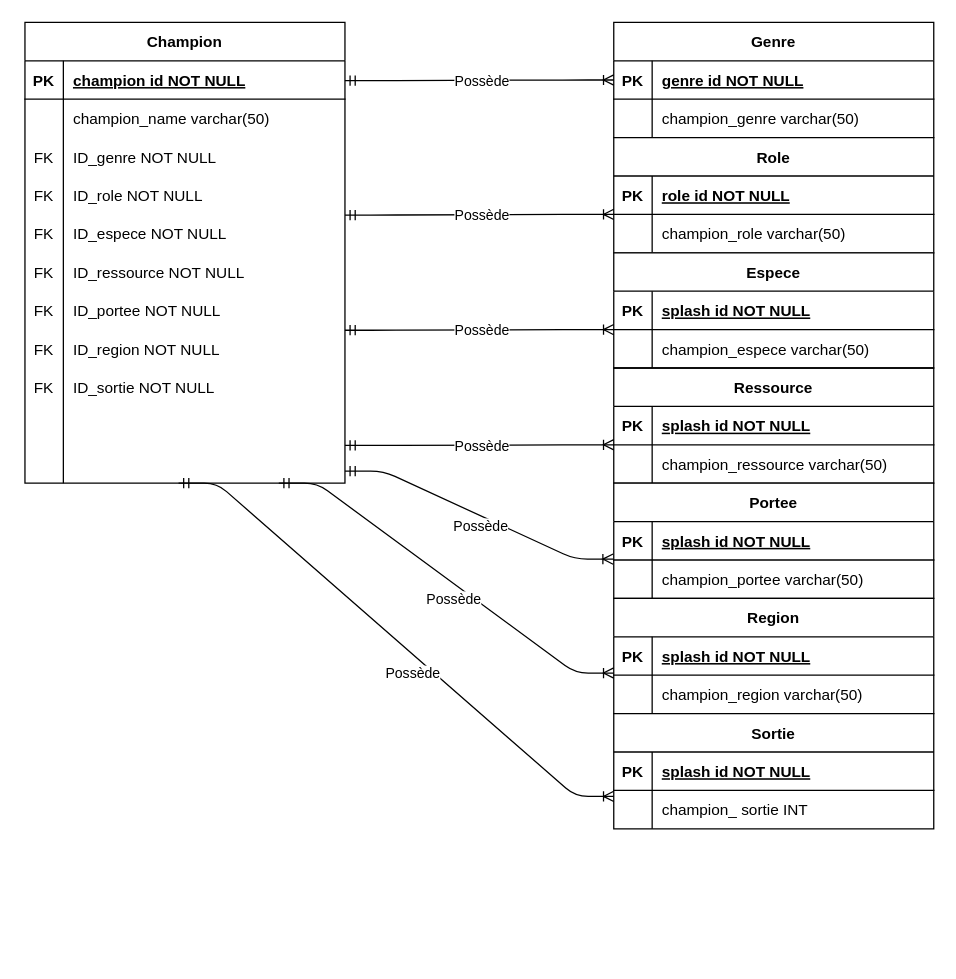
This is Diagramme sans nom.drawio from CamilleSimon/BTS2-CIEL-IR-MCD-2024-2025, a draw.io file, before an edit. Source tidied: cells renumbered, new cells numbered last; positions are measured from the earlier drawing's top-left corner, leaving out a move shared by most shapes. Both pictures are drawn from the tidied source at 128%, with x=0, y=0 at pixel (24, 22).
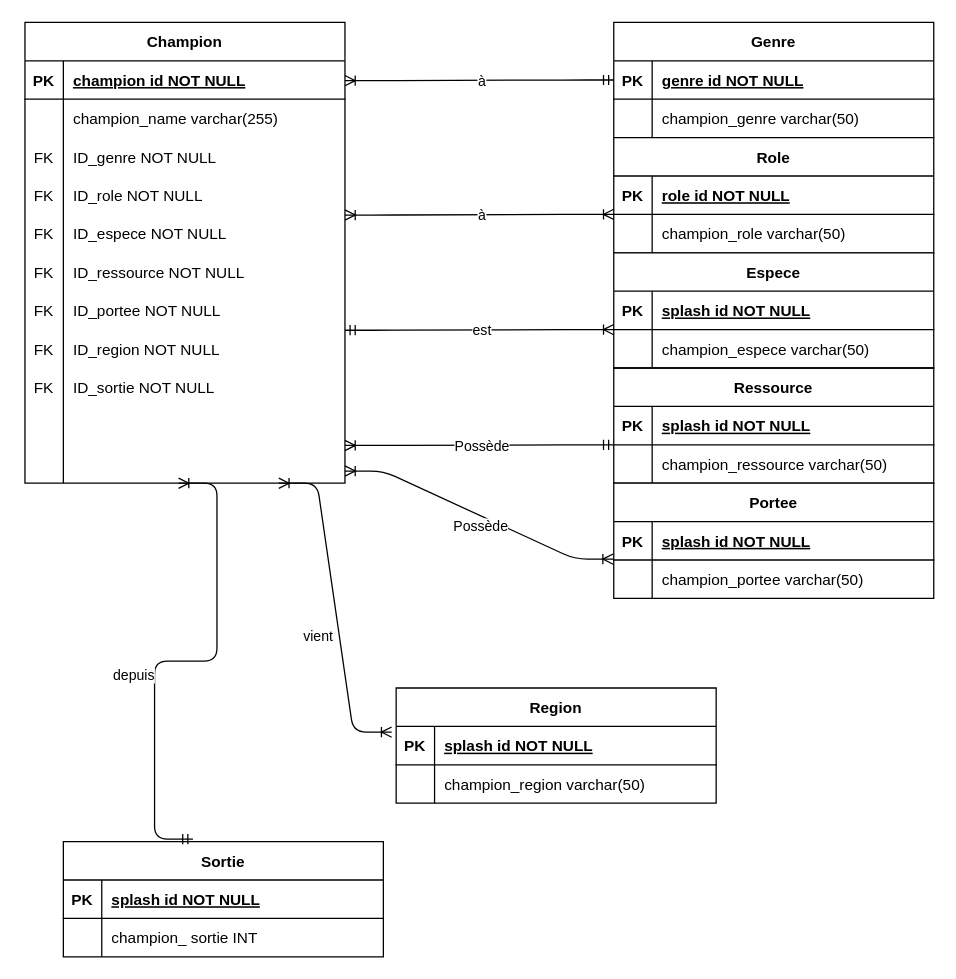
The same diagram, later.

Commit message:
Mettre à jour Diagramme sans nom.drawio

Unchanged cells that the change refers to:
```xml
<mxCell id="6" style="shape=partialRectangle;fillColor=none;top=0;left=0;right=0;bottom=0;" parent="2" vertex="1">
  <mxGeometry y="60" width="250" height="30" as="geometry" />
</mxCell>
<mxCell id="37" style="shape=partialRectangle;fillColor=none;points=[[0,0.5],[1,0.5]];portConstraint=eastwest;top=0;left=0;right=0;bottom=1;" parent="36" vertex="1">
  <mxGeometry y="30" width="250" height="30" as="geometry" />
</mxCell>
<mxCell id="68" style="shape=partialRectangle;fillColor=none;points=[[0,0.5],[1,0.5]];portConstraint=eastwest;top=0;left=0;right=0;bottom=0;" parent="64" vertex="1">
  <mxGeometry y="60" width="250" height="30" as="geometry" />
</mxCell>
<mxCell id="72" style="shape=partialRectangle;fillColor=none;points=[[0,0.5],[1,0.5]];portConstraint=eastwest;top=0;left=0;right=0;bottom=1;" parent="71" vertex="1">
  <mxGeometry y="30" width="250" height="30" as="geometry" />
</mxCell>
<mxCell id="89" style="edgeStyle=entityRelationEdgeStyle;endArrow=ERoneToMany;startArrow=ERmandOne;endFill=0;startFill=0;entryX=0;entryY=0.5;entryDx=0;entryDy=0;" parent="1" edge="1">
  <mxGeometry relative="1" as="geometry">
    <mxPoint x="250" y="240.5" as="sourcePoint" />
    <mxPoint x="460" y="240" as="targetPoint" />
    <Array as="points">
      <mxPoint x="340" y="255" />
    </Array>
  </mxGeometry>
</mxCell>
```

What changed in the source:
```diff
@@
-    <mxCell id="8" value="champion_name varchar(50)" style="shape=partialRectangle;overflow=hidden;fillColor=none;top=0;left=0;bottom=0;right=0;align=left;spacingLeft=6;" parent="6" vertex="1">
+    <mxCell id="8" value="champion_name varchar(255)" style="shape=partialRectangle;overflow=hidden;fillColor=none;top=0;left=0;bottom=0;right=0;align=left;spacingLeft=6;" parent="6" vertex="1">
       <mxGeometry x="30" width="220" height="30" as="geometry" />
     </mxCell>
@@
     <mxCell id="71" value="Region" style="shape=table;startSize=30;childLayout=tableLayout;rowLines=0;fontStyle=1;align=center;" parent="1" vertex="1">
-      <mxGeometry x="460" y="450" width="250" height="90" as="geometry" />
+      <mxGeometry x="290" y="520" width="250" height="90" as="geometry" />
     </mxCell>
@@
     <mxCell id="78" value="Sortie" style="shape=table;startSize=30;childLayout=tableLayout;rowLines=0;fontStyle=1;align=center;" parent="1" vertex="1">
-      <mxGeometry x="460" y="540" width="250" height="90" as="geometry" />
+      <mxGeometry x="30" y="640" width="250" height="90" as="geometry" />
     </mxCell>
@@
-    <mxCell id="85" style="edgeStyle=entityRelationEdgeStyle;endArrow=ERoneToMany;startArrow=ERmandOne;endFill=0;startFill=0;entryX=0;entryY=0.5;entryDx=0;entryDy=0;" parent="1" edge="1" target="37">
+    <mxCell id="85" style="edgeStyle=entityRelationEdgeStyle;endArrow=ERmandOne;startArrow=ERoneToMany;endFill=0;startFill=0;entryX=0;entryY=0.5;entryDx=0;entryDy=0;" parent="1" edge="1" target="37">
       <mxGeometry relative="1" as="geometry">
         <mxPoint x="250" y="45.5" as="sourcePoint" />
         <Array as="points">
           <mxPoint x="340" y="60" />
         </Array>
       </mxGeometry>
     </mxCell>
-    <mxCell id="86" value="Possède" style="edgeLabel;html=1;align=center;verticalAlign=middle;" parent="85" vertex="1">
+    <mxCell id="86" value="à" style="edgeLabel;html=1;align=center;verticalAlign=middle;" parent="85" vertex="1">
       <mxGeometry x="0.18" relative="1" as="geometry">
         <mxPoint x="-17" as="offset" />
       </mxGeometry>
     </mxCell>
-    <mxCell id="87" style="edgeStyle=entityRelationEdgeStyle;endArrow=ERoneToMany;startArrow=ERmandOne;endFill=0;startFill=0;entryX=0;entryY=0.5;entryDx=0;entryDy=0;" parent="1" edge="1">
+    <mxCell id="87" style="edgeStyle=entityRelationEdgeStyle;endArrow=ERoneToMany;startArrow=ERoneToMany;endFill=0;startFill=0;entryX=0;entryY=0.5;entryDx=0;entryDy=0;" parent="1" edge="1">
       <mxGeometry relative="1" as="geometry">
         <mxPoint x="250" y="150.5" as="sourcePoint" />
         <mxPoint x="460" y="150" as="targetPoint" />
         <Array as="points">
           <mxPoint x="340" y="165" />
         </Array>
       </mxGeometry>
     </mxCell>
-    <mxCell id="88" value="Possède" style="edgeLabel;html=1;align=center;verticalAlign=middle;" parent="87" vertex="1">
+    <mxCell id="88" value="à" style="edgeLabel;html=1;align=center;verticalAlign=middle;" parent="87" vertex="1">
       <mxGeometry x="0.18" relative="1" as="geometry">
         <mxPoint x="-17" as="offset" />
       </mxGeometry>
     </mxCell>
@@
-    <mxCell id="90" value="Possède" style="edgeLabel;html=1;align=center;verticalAlign=middle;" parent="89" vertex="1">
+    <mxCell id="90" value="est" style="edgeLabel;html=1;align=center;verticalAlign=middle;" parent="89" vertex="1">
       <mxGeometry x="0.18" relative="1" as="geometry">
         <mxPoint x="-17" as="offset" />
       </mxGeometry>
     </mxCell>
-    <mxCell id="91" style="edgeStyle=entityRelationEdgeStyle;endArrow=ERoneToMany;startArrow=ERmandOne;endFill=0;startFill=0;entryX=0;entryY=0.5;entryDx=0;entryDy=0;" parent="1" edge="1">
+    <mxCell id="91" style="edgeStyle=entityRelationEdgeStyle;endArrow=ERmandOne;startArrow=ERoneToMany;endFill=0;startFill=0;entryX=0;entryY=0.5;entryDx=0;entryDy=0;" parent="1" edge="1">
       <mxGeometry relative="1" as="geometry">
         <mxPoint x="250" y="330.5" as="sourcePoint" />
         <mxPoint x="460" y="330" as="targetPoint" />
         <Array as="points">
           <mxPoint x="340" y="345" />
         </Array>
       </mxGeometry>
     </mxCell>
@@
-    <mxCell id="95" style="edgeStyle=entityRelationEdgeStyle;endArrow=ERoneToMany;startArrow=ERmandOne;endFill=0;startFill=0;entryX=-0.002;entryY=-0.024;entryDx=0;entryDy=0;entryPerimeter=0;" parent="1" edge="1" target="68">
+    <mxCell id="95" style="edgeStyle=entityRelationEdgeStyle;endArrow=ERoneToMany;startArrow=ERoneToMany;endFill=0;startFill=0;entryX=-0.002;entryY=-0.024;entryDx=0;entryDy=0;entryPerimeter=0;" parent="1" edge="1" target="68">
       <mxGeometry relative="1" as="geometry">
         <mxPoint x="250" y="350.5" as="sourcePoint" />
         <Array as="points">
           <mxPoint x="340" y="365" />
         </Array>
       </mxGeometry>
     </mxCell>
@@
-    <mxCell id="97" style="edgeStyle=entityRelationEdgeStyle;endArrow=ERoneToMany;startArrow=ERmandOne;endFill=0;startFill=0;exitX=0.793;exitY=1.09;exitDx=0;exitDy=0;exitPerimeter=0;" parent="1" edge="1">
+    <mxCell id="97" style="edgeStyle=entityRelationEdgeStyle;endArrow=ERoneToMany;startArrow=ERoneToMany;endFill=0;startFill=0;exitX=0.793;exitY=1.09;exitDx=0;exitDy=0;exitPerimeter=0;entryX=-0.014;entryY=0.149;entryDx=0;entryDy=0;entryPerimeter=0;" parent="1" edge="1" target="72">
       <mxGeometry relative="1" as="geometry">
         <mxPoint x="198.3" y="360" as="sourcePoint" />
-        <mxPoint x="460" y="508.3" as="targetPoint" />
         <Array as="points">
           <mxPoint x="300" y="492.3" />
         </Array>
       </mxGeometry>
     </mxCell>
-    <mxCell id="98" value="Possède" style="edgeLabel;html=1;align=center;verticalAlign=middle;" parent="97" vertex="1">
+    <mxCell id="98" value="vient" style="edgeLabel;html=1;align=center;verticalAlign=middle;" parent="97" vertex="1">
       <mxGeometry x="0.18" relative="1" as="geometry">
         <mxPoint x="-17" as="offset" />
       </mxGeometry>
     </mxCell>
-    <mxCell id="99" style="edgeStyle=entityRelationEdgeStyle;endArrow=ERoneToMany;startArrow=ERmandOne;endFill=0;startFill=0;" parent="1" edge="1">
+    <mxCell id="99" style="edgeStyle=entityRelationEdgeStyle;endArrow=ERmandOne;startArrow=ERoneToMany;endFill=0;startFill=0;entryX=0.405;entryY=-0.022;entryDx=0;entryDy=0;entryPerimeter=0;" parent="1" edge="1" target="78">
       <mxGeometry relative="1" as="geometry">
         <mxPoint x="120" y="360" as="sourcePoint" />
-        <mxPoint x="460" y="604.7" as="targetPoint" />
         <Array as="points">
           <mxPoint x="210" y="374.5" />
         </Array>
       </mxGeometry>
     </mxCell>
-    <mxCell id="100" value="Possède" style="edgeLabel;html=1;align=center;verticalAlign=middle;" parent="99" vertex="1">
+    <mxCell id="100" value="depuis" style="edgeLabel;html=1;align=center;verticalAlign=middle;" parent="99" vertex="1">
       <mxGeometry x="0.18" relative="1" as="geometry">
         <mxPoint x="-17" as="offset" />
       </mxGeometry>
     </mxCell>
```
